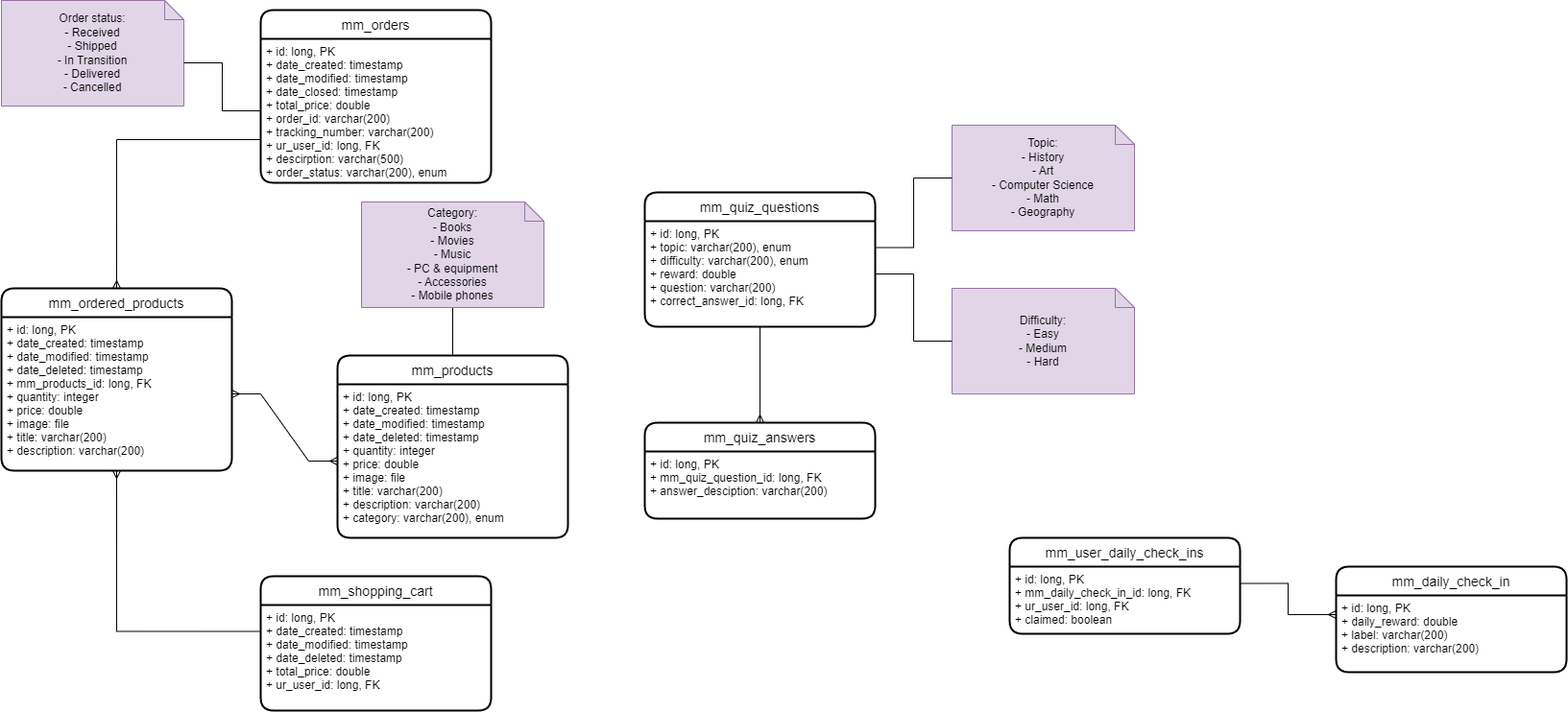
bbozilov26/EMT_2023_backend keeps this draw.io diagram as EMT_diagrams-metamodels.drawio.png. Above is the earlier version. Source tidied: cells renumbered, new cells last; positions are measured from the earlier drawing's top-left corner, leaving out a move shared by most shapes.
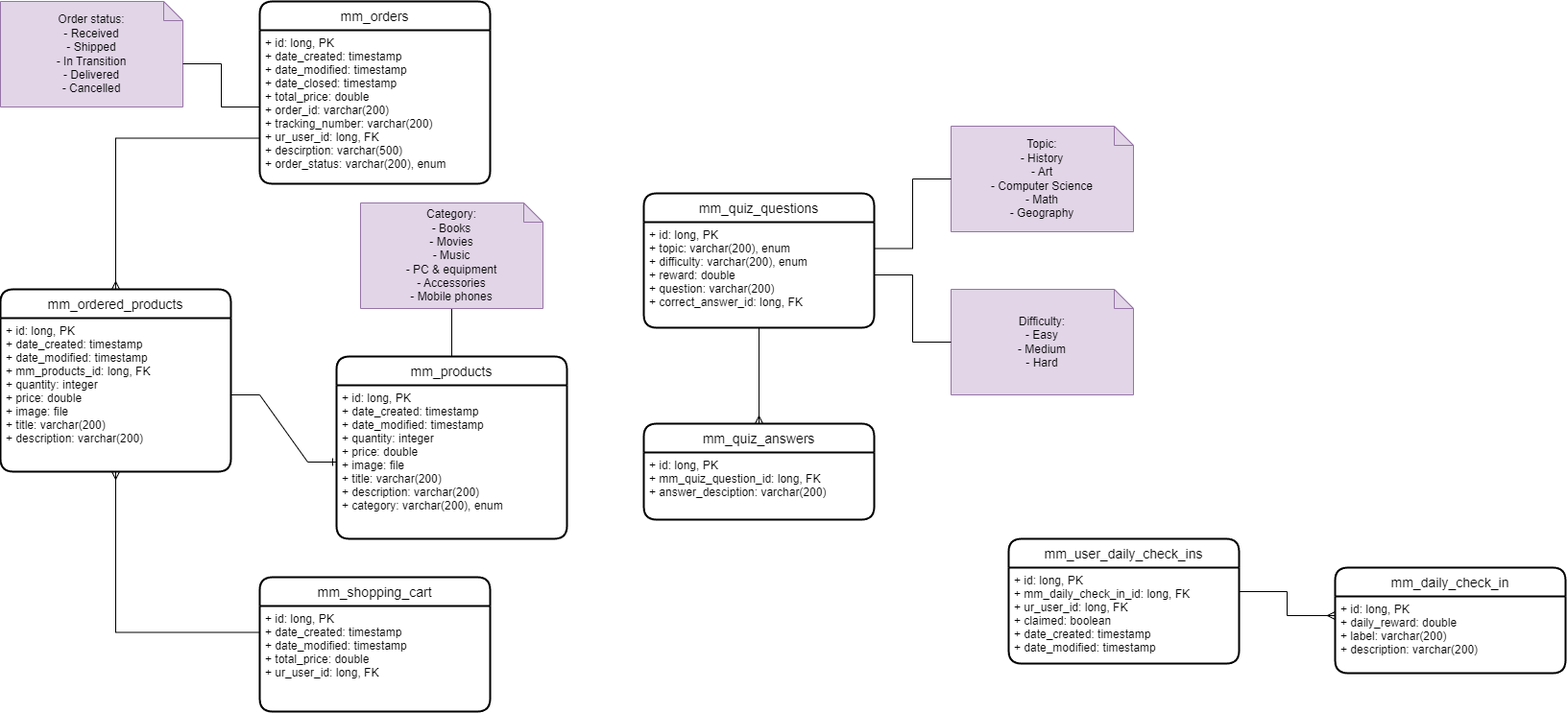
The same diagram one commit later.

Diff of the diagram source:
```diff
@@ -8,7 +8,7 @@
     <mxCell id="3" value="mm_products" style="swimlane;horizontal=1;startSize=30;rounded=1;fontSize=14;fontStyle=0;strokeWidth=2;shadow=0;dashed=0;align=center;" parent="1" vertex="1">
       <mxGeometry x="350" y="370" width="240" height="190" as="geometry" />
     </mxCell>
-    <mxCell id="4" value="+ id: long, PK&#10;+ date_created: timestamp&#10;+ date_modified: timestamp&#10;+ date_deleted: timestamp&#10;+ quantity: integer&#10;+ price: double&#10;+ image: file&#10;+ title: varchar(200)&#10;+ description: varchar(200)&#10;+ category: varchar(200), enum" style="align=left;strokeColor=none;fillColor=none;spacingLeft=4;fontSize=12;verticalAlign=top;" parent="3" vertex="1">
+    <mxCell id="4" value="+ id: long, PK&#10;+ date_created: timestamp&#10;+ date_modified: timestamp&#10;+ quantity: integer&#10;+ price: double&#10;+ image: file&#10;+ title: varchar(200)&#10;+ description: varchar(200)&#10;+ category: varchar(200), enum" style="align=left;strokeColor=none;fillColor=none;spacingLeft=4;fontSize=12;verticalAlign=top;" parent="3" vertex="1">
       <mxGeometry y="30" width="240" height="160" as="geometry" />
     </mxCell>
     <mxCell id="5" value="Topic:&lt;br&gt;- History&lt;br&gt;- Art&lt;br&gt;- Computer Science&lt;br&gt;- Math&lt;br&gt;- Geography" style="shape=note;size=20;whiteSpace=wrap;html=1;fillColor=#e1d5e7;strokeColor=#9673a6;" parent="1" vertex="1">
@@ -44,7 +44,7 @@
     <mxCell id="15" value="mm_shopping_cart" style="swimlane;horizontal=1;startSize=30;rounded=1;fontSize=14;fontStyle=0;strokeWidth=2;shadow=0;dashed=0;align=center;" parent="1" vertex="1">
       <mxGeometry x="270" y="600" width="240" height="140" as="geometry" />
     </mxCell>
-    <mxCell id="16" value="+ id: long, PK&#10;+ date_created: timestamp&#10;+ date_modified: timestamp&#10;+ date_deleted: timestamp&#10;+ total_price: double&#10;+ ur_user_id: long, FK" style="align=left;strokeColor=none;fillColor=none;spacingLeft=4;fontSize=12;verticalAlign=top;" parent="15" vertex="1">
+    <mxCell id="16" value="+ id: long, PK&#10;+ date_created: timestamp&#10;+ date_modified: timestamp&#10;+ total_price: double&#10;+ ur_user_id: long, FK" style="align=left;strokeColor=none;fillColor=none;spacingLeft=4;fontSize=12;verticalAlign=top;" parent="15" vertex="1">
       <mxGeometry y="30" width="240" height="110" as="geometry" />
     </mxCell>
     <mxCell id="17" value="mm_daily_check_in" style="swimlane;horizontal=1;startSize=30;rounded=1;fontSize=14;fontStyle=0;strokeWidth=2;shadow=0;dashed=0;align=center;" parent="1" vertex="1">
@@ -54,19 +54,19 @@
       <mxGeometry y="30" width="240" height="80" as="geometry" />
     </mxCell>
     <mxCell id="19" value="mm_user_daily_check_ins" style="swimlane;horizontal=1;startSize=30;rounded=1;fontSize=14;fontStyle=0;strokeWidth=2;shadow=0;dashed=0;align=center;" parent="1" vertex="1">
-      <mxGeometry x="1050" y="560" width="240" height="100" as="geometry" />
+      <mxGeometry x="1050" y="560" width="240" height="130" as="geometry" />
     </mxCell>
-    <mxCell id="20" value="+ id: long, PK&#10;+ mm_daily_check_in_id: long, FK&#10;+ ur_user_id: long, FK&#10;+ claimed: boolean" style="align=left;strokeColor=none;fillColor=none;spacingLeft=4;fontSize=12;verticalAlign=top;" parent="19" vertex="1">
-      <mxGeometry y="30" width="240" height="70" as="geometry" />
+    <mxCell id="20" value="+ id: long, PK&#10;+ mm_daily_check_in_id: long, FK&#10;+ ur_user_id: long, FK&#10;+ claimed: boolean&#10;+ date_created: timestamp&#10;+ date_modified: timestamp" style="align=left;strokeColor=none;fillColor=none;spacingLeft=4;fontSize=12;verticalAlign=top;" parent="19" vertex="1">
+      <mxGeometry y="30" width="240" height="100" as="geometry" />
     </mxCell>
     <mxCell id="21" style="edgeStyle=orthogonalEdgeStyle;rounded=0;jettySize=auto;html=1;exitX=1;exitY=0.25;exitDx=0;exitDy=0;entryX=0;entryY=0.25;entryDx=0;entryDy=0;endArrow=ERmany;endFill=0;" parent="1" edge="1" source="20" target="18">
       <mxGeometry relative="1" as="geometry" />
     </mxCell>
     <mxCell id="22" value="mm_orders" style="swimlane;horizontal=1;startSize=30;rounded=1;fontSize=14;fontStyle=0;strokeWidth=2;shadow=0;dashed=0;align=center;" parent="1" vertex="1">
-      <mxGeometry x="270" y="10" width="240" height="180" as="geometry" />
+      <mxGeometry x="270" width="240" height="190" as="geometry" />
     </mxCell>
     <mxCell id="23" value="+ id: long, PK&#10;+ date_created: timestamp&#10;+ date_modified: timestamp&#10;+ date_closed: timestamp&#10;+ total_price: double&#10;+ order_id: varchar(200)&#10;+ tracking_number: varchar(200)&#10;+ ur_user_id: long, FK&#10;+ descirption: varchar(500)&#10;+ order_status: varchar(200), enum" style="align=left;strokeColor=none;fillColor=none;spacingLeft=4;fontSize=12;verticalAlign=top;" parent="22" vertex="1">
-      <mxGeometry y="30" width="240" height="150" as="geometry" />
+      <mxGeometry y="30" width="240" height="160" as="geometry" />
     </mxCell>
     <mxCell id="24" style="edgeStyle=orthogonalEdgeStyle;rounded=0;jettySize=auto;html=1;exitX=0;exitY=0.75;exitDx=0;exitDy=0;entryX=0.5;entryY=0;entryDx=0;entryDy=0;endArrow=ERmany;endFill=0;" parent="1" edge="1" source="22" target="27">
       <mxGeometry relative="1" as="geometry" />
@@ -80,14 +80,14 @@
     <mxCell id="27" value="mm_ordered_products" style="swimlane;horizontal=1;startSize=30;rounded=1;fontSize=14;fontStyle=0;strokeWidth=2;shadow=0;dashed=0;align=center;" parent="1" vertex="1">
       <mxGeometry y="300" width="240" height="190" as="geometry" />
     </mxCell>
-    <mxCell id="28" value="+ id: long, PK&#10;+ date_created: timestamp&#10;+ date_modified: timestamp&#10;+ date_deleted: timestamp&#10;+ mm_products_id: long, FK&#10;+ quantity: integer&#10;+ price: double&#10;+ image: file&#10;+ title: varchar(200)&#10;+ description: varchar(200)" style="align=left;strokeColor=none;fillColor=none;spacingLeft=4;fontSize=12;verticalAlign=top;" parent="27" vertex="1">
+    <mxCell id="28" value="+ id: long, PK&#10;+ date_created: timestamp&#10;+ date_modified: timestamp&#10;+ mm_products_id: long, FK&#10;+ quantity: integer&#10;+ price: double&#10;+ image: file&#10;+ title: varchar(200)&#10;+ description: varchar(200)" style="align=left;strokeColor=none;fillColor=none;spacingLeft=4;fontSize=12;verticalAlign=top;" parent="27" vertex="1">
       <mxGeometry y="30" width="240" height="160" as="geometry" />
     </mxCell>
+    <mxCell id="30" value="Category:&lt;br&gt;- Books&lt;br&gt;- Movies&lt;br&gt;- Music&lt;br&gt;- PC &amp;amp; equipment&lt;br&gt;- Accessories&lt;br&gt;- Mobile phones" style="shape=note;size=20;whiteSpace=wrap;html=1;fillColor=#e1d5e7;strokeColor=#9673a6;" parent="1" vertex="1">
+      <mxGeometry x="375" y="210" width="190" height="110" as="geometry" />
+    </mxCell>
-    <mxCell id="29" style="edgeStyle=entityRelationEdgeStyle;fontSize=12;html=1;endArrow=ERmany;startArrow=ERmany;rounded=0;exitX=1;exitY=0.5;exitDx=0;exitDy=0;entryX=0;entryY=0.5;entryDx=0;entryDy=0;" parent="1" edge="1" source="28" target="4">
+    <mxCell id="29" style="edgeStyle=entityRelationEdgeStyle;fontSize=12;html=1;endArrow=ERone;endFill=1;rounded=0;exitX=1;exitY=0.5;exitDx=0;exitDy=0;entryX=0;entryY=0.5;entryDx=0;entryDy=0;" parent="1" edge="1" source="28" target="4">
       <mxGeometry relative="1" as="geometry" />
     </mxCell>
-    <mxCell id="30" value="Category:&lt;br&gt;- Books&lt;br&gt;- Movies&lt;br&gt;- Music&lt;br&gt;- PC &amp;amp; equipment&lt;br&gt;- Accessories&lt;br&gt;- Mobile phones" style="shape=note;size=20;whiteSpace=wrap;html=1;fillColor=#e1d5e7;strokeColor=#9673a6;" parent="1" vertex="1">
-      <mxGeometry x="375" y="210" width="190" height="110" as="geometry" />
-    </mxCell>
   </root>
 </mxGraphModel>
```
